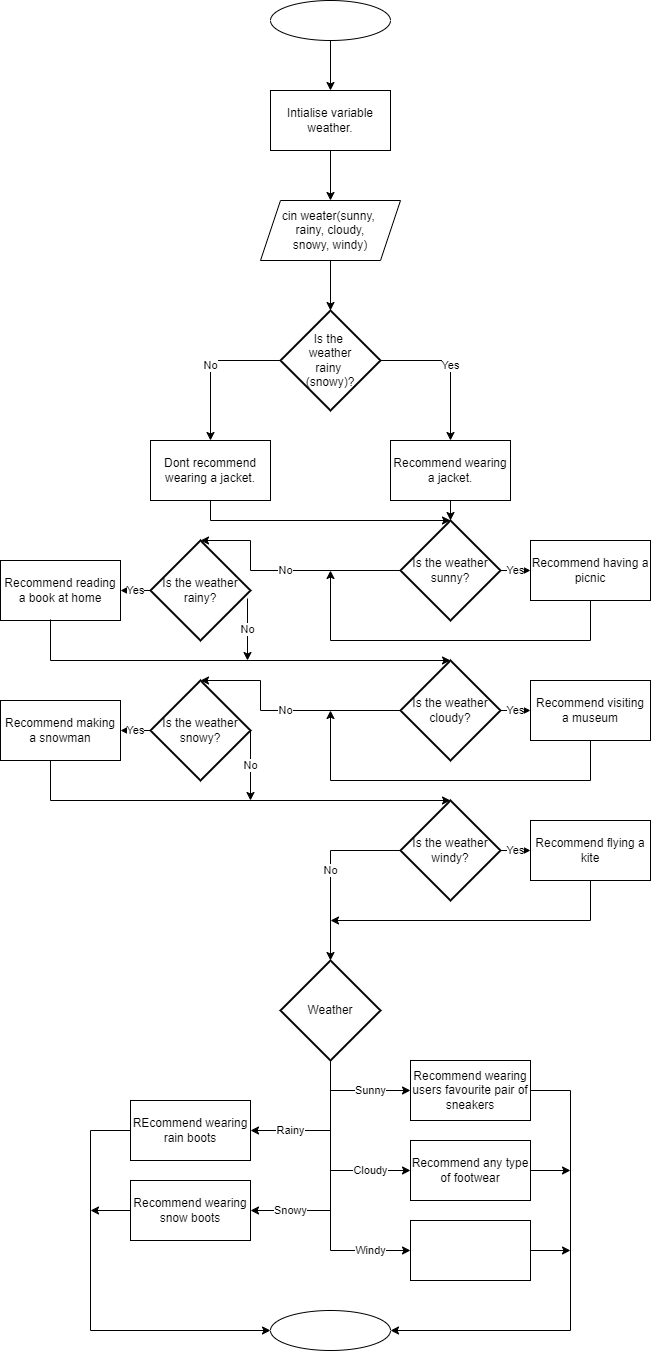
artificial-intelligence-department/ai_programming_playground_2024 keeps this draw.io diagram as ai_11/kornilov_artem/epic2/practice_work_task_1_artem_kornilov.drawio.png. Above is the earlier version. Source tidied: cells renumbered, new cells last; positions are measured from the earlier drawing's top-left corner, leaving out a move shared by most shapes. Its diagram source:
```xml
<mxGraphModel>
  <root>
    <mxCell id="0" />
    <mxCell id="1" parent="0" />
    <mxCell id="2" style="ellipse;whiteSpace=wrap;html=1;" parent="1" vertex="1">
      <mxGeometry x="270" width="120" height="40" as="geometry" />
    </mxCell>
    <mxCell id="3" style="ellipse;whiteSpace=wrap;html=1;" parent="1" vertex="1">
      <mxGeometry x="270" y="1310" width="120" height="40" as="geometry" />
    </mxCell>
    <mxCell id="4" value="Intialise variable weather." style="rounded=0;whiteSpace=wrap;html=1;" parent="1" vertex="1">
      <mxGeometry x="270" y="90" width="120" height="60" as="geometry" />
    </mxCell>
    <mxCell id="5" value="cin weater(sunny,&amp;nbsp;&lt;div&gt;&lt;span style=&quot;background-color: initial;&quot;&gt;rainy, cloudy,&lt;/span&gt;&lt;/div&gt;&lt;div&gt;&lt;span style=&quot;background-color: initial;&quot;&gt;snowy, windy)&lt;/span&gt;&lt;/div&gt;" style="shape=parallelogram;perimeter=parallelogramPerimeter;whiteSpace=wrap;html=1;fixedSize=1;" parent="1" vertex="1">
      <mxGeometry x="260" y="200" width="140" height="60" as="geometry" />
    </mxCell>
    <mxCell id="6" value="Yes" style="endArrow=classic;html=1;rounded=0;exitX=1;exitY=0.5;exitDx=0;exitDy=0;exitPerimeter=0;" parent="1" edge="1">
      <mxGeometry relative="1" as="geometry">
        <mxPoint x="380" y="360" as="sourcePoint" />
        <mxPoint x="450" y="440" as="targetPoint" />
        <Array as="points">
          <mxPoint x="450" y="360" />
        </Array>
      </mxGeometry>
    </mxCell>
    <mxCell id="7" value="Is the&amp;nbsp;&lt;div&gt;weather&lt;div&gt;rainy&amp;nbsp;&lt;/div&gt;&lt;div&gt;(snowy)?&lt;/div&gt;&lt;/div&gt;" style="strokeWidth=2;html=1;shape=mxgraph.flowchart.decision;whiteSpace=wrap;" parent="1" vertex="1">
      <mxGeometry x="280" y="310" width="100" height="100" as="geometry" />
    </mxCell>
    <mxCell id="8" value="No" style="endArrow=classic;html=1;rounded=0;exitX=0;exitY=0.5;exitDx=0;exitDy=0;exitPerimeter=0;" parent="1" edge="1" source="7">
      <mxGeometry relative="1" as="geometry">
        <mxPoint x="210" y="440" as="targetPoint" />
        <Array as="points">
          <mxPoint x="210" y="360" />
        </Array>
      </mxGeometry>
    </mxCell>
    <mxCell id="9" value="Recommend wearing a jacket." style="rounded=0;whiteSpace=wrap;html=1;" parent="1" vertex="1">
      <mxGeometry x="390" y="440" width="120" height="60" as="geometry" />
    </mxCell>
    <mxCell id="10" value="Dont recommend wearing a jacket." style="rounded=0;whiteSpace=wrap;html=1;" parent="1" vertex="1">
      <mxGeometry x="150" y="440" width="120" height="60" as="geometry" />
    </mxCell>
    <mxCell id="11" value="Is the weather cloudy?" style="strokeWidth=2;html=1;shape=mxgraph.flowchart.decision;whiteSpace=wrap;" parent="1" vertex="1">
      <mxGeometry x="400" y="660" width="100" height="100" as="geometry" />
    </mxCell>
    <mxCell id="12" value="Is the weather&lt;div&gt;sunny?&lt;/div&gt;" style="strokeWidth=2;html=1;shape=mxgraph.flowchart.decision;whiteSpace=wrap;" parent="1" vertex="1">
      <mxGeometry x="400" y="520" width="100" height="100" as="geometry" />
    </mxCell>
    <mxCell id="13" value="Is the weather snowy?" style="strokeWidth=2;html=1;shape=mxgraph.flowchart.decision;whiteSpace=wrap;" parent="1" vertex="1">
      <mxGeometry x="150" y="680" width="100" height="100" as="geometry" />
    </mxCell>
    <mxCell id="14" value="Is the weather rainy?" style="strokeWidth=2;html=1;shape=mxgraph.flowchart.decision;whiteSpace=wrap;" parent="1" vertex="1">
      <mxGeometry x="150" y="540" width="100" height="100" as="geometry" />
    </mxCell>
    <mxCell id="15" style="endArrow=classic;html=1;rounded=0;exitX=0.5;exitY=1;exitDx=0;exitDy=0;entryX=0.5;entryY=0;entryDx=0;entryDy=0;entryPerimeter=0;" parent="1" edge="1" source="10" target="12">
      <mxGeometry relative="1" as="geometry">
        <Array as="points">
          <mxPoint x="210" y="520" />
        </Array>
      </mxGeometry>
    </mxCell>
    <mxCell id="16" style="endArrow=classic;html=1;rounded=0;exitX=0.5;exitY=1;exitDx=0;exitDy=0;entryX=0.5;entryY=0;entryDx=0;entryDy=0;entryPerimeter=0;" parent="1" edge="1" source="9" target="12">
      <mxGeometry relative="1" as="geometry" />
    </mxCell>
    <mxCell id="17" value="Recommend having a picnic" style="rounded=0;whiteSpace=wrap;html=1;" parent="1" vertex="1">
      <mxGeometry x="530" y="540" width="120" height="60" as="geometry" />
    </mxCell>
    <mxCell id="18" value="Yes" style="endArrow=classic;html=1;rounded=0;exitX=1;exitY=0.5;exitDx=0;exitDy=0;exitPerimeter=0;entryX=0;entryY=0.5;entryDx=0;entryDy=0;" parent="1" edge="1" source="12" target="17">
      <mxGeometry relative="1" as="geometry" />
    </mxCell>
    <mxCell id="19" value="No" style="endArrow=classic;html=1;rounded=0;exitX=0;exitY=0.5;exitDx=0;exitDy=0;exitPerimeter=0;entryX=0.5;entryY=0;entryDx=0;entryDy=0;entryPerimeter=0;" parent="1" edge="1" source="12" target="14">
      <mxGeometry relative="1" as="geometry">
        <Array as="points">
          <mxPoint x="250" y="570" />
          <mxPoint x="250" y="540" />
        </Array>
      </mxGeometry>
    </mxCell>
    <mxCell id="20" style="endArrow=classic;html=1;rounded=0;exitX=0.5;exitY=1;exitDx=0;exitDy=0;" parent="1" edge="1" source="17">
      <mxGeometry relative="1" as="geometry">
        <mxPoint x="330" y="570" as="targetPoint" />
        <Array as="points">
          <mxPoint x="590" y="640" />
          <mxPoint x="330" y="640" />
        </Array>
      </mxGeometry>
    </mxCell>
    <mxCell id="21" value="Recommend reading a book at home" style="rounded=0;whiteSpace=wrap;html=1;" parent="1" vertex="1">
      <mxGeometry y="560" width="120" height="60" as="geometry" />
    </mxCell>
    <mxCell id="22" value="Yes" style="endArrow=classic;html=1;rounded=0;exitX=0;exitY=0.5;exitDx=0;exitDy=0;exitPerimeter=0;entryX=1;entryY=0.5;entryDx=0;entryDy=0;" parent="1" edge="1" source="14" target="21">
      <mxGeometry relative="1" as="geometry" />
    </mxCell>
    <mxCell id="23" style="endArrow=classic;html=1;rounded=0;entryX=0.5;entryY=0;entryDx=0;entryDy=0;entryPerimeter=0;" parent="1" edge="1" target="11">
      <mxGeometry relative="1" as="geometry">
        <mxPoint x="50" y="619" as="sourcePoint" />
        <Array as="points">
          <mxPoint x="50" y="660" />
        </Array>
      </mxGeometry>
    </mxCell>
    <mxCell id="24" value="No" style="endArrow=classic;html=1;rounded=0;exitX=0.97;exitY=0.58;exitDx=0;exitDy=0;exitPerimeter=0;" parent="1" edge="1" source="14">
      <mxGeometry relative="1" as="geometry">
        <mxPoint x="247" y="660" as="targetPoint" />
      </mxGeometry>
    </mxCell>
    <mxCell id="25" value="Recommend visiting a museum" style="rounded=0;whiteSpace=wrap;html=1;" parent="1" vertex="1">
      <mxGeometry x="530" y="680" width="120" height="60" as="geometry" />
    </mxCell>
    <mxCell id="26" value="Yes" style="endArrow=classic;html=1;rounded=0;exitX=1;exitY=0.5;exitDx=0;exitDy=0;exitPerimeter=0;entryX=0;entryY=0.5;entryDx=0;entryDy=0;" parent="1" edge="1" source="11" target="25">
      <mxGeometry relative="1" as="geometry" />
    </mxCell>
    <mxCell id="27" value="Recommend making a snowman" style="rounded=0;whiteSpace=wrap;html=1;" parent="1" vertex="1">
      <mxGeometry y="700" width="120" height="60" as="geometry" />
    </mxCell>
    <mxCell id="28" value="No" style="endArrow=classic;html=1;rounded=0;exitX=0;exitY=0.5;exitDx=0;exitDy=0;exitPerimeter=0;entryX=0.5;entryY=0;entryDx=0;entryDy=0;entryPerimeter=0;" parent="1" edge="1" source="11" target="13">
      <mxGeometry relative="1" as="geometry">
        <Array as="points">
          <mxPoint x="260" y="710" />
          <mxPoint x="260" y="680" />
        </Array>
      </mxGeometry>
    </mxCell>
    <mxCell id="29" style="endArrow=classic;html=1;rounded=0;exitX=0.5;exitY=1;exitDx=0;exitDy=0;" parent="1" edge="1" source="25">
      <mxGeometry relative="1" as="geometry">
        <mxPoint x="330" y="710" as="targetPoint" />
        <Array as="points">
          <mxPoint x="590" y="780" />
          <mxPoint x="330" y="780" />
        </Array>
      </mxGeometry>
    </mxCell>
    <mxCell id="30" value="Yes" style="endArrow=classic;html=1;rounded=0;exitX=0;exitY=0.5;exitDx=0;exitDy=0;exitPerimeter=0;entryX=1;entryY=0.5;entryDx=0;entryDy=0;" parent="1" edge="1" source="13" target="27">
      <mxGeometry relative="1" as="geometry" />
    </mxCell>
    <mxCell id="31" style="endArrow=classic;html=1;rounded=0;entryX=0.5;entryY=0;entryDx=0;entryDy=0;entryPerimeter=0;" parent="1" edge="1">
      <mxGeometry relative="1" as="geometry">
        <mxPoint x="50" y="760" as="sourcePoint" />
        <mxPoint x="450" y="800" as="targetPoint" />
        <Array as="points">
          <mxPoint x="50" y="800" />
        </Array>
      </mxGeometry>
    </mxCell>
    <mxCell id="32" value="No" style="endArrow=classic;html=1;rounded=0;exitX=1;exitY=0.5;exitDx=0;exitDy=0;exitPerimeter=0;" parent="1" edge="1" source="13">
      <mxGeometry relative="1" as="geometry">
        <mxPoint x="250" y="800" as="targetPoint" />
      </mxGeometry>
    </mxCell>
    <mxCell id="33" value="Recommend flying a kite" style="rounded=0;whiteSpace=wrap;html=1;" parent="1" vertex="1">
      <mxGeometry x="530" y="820" width="120" height="60" as="geometry" />
    </mxCell>
    <mxCell id="34" value="Yes" style="endArrow=classic;html=1;rounded=0;exitX=1;exitY=0.5;exitDx=0;exitDy=0;exitPerimeter=0;entryX=0;entryY=0.5;entryDx=0;entryDy=0;" parent="1" edge="1" target="33">
      <mxGeometry relative="1" as="geometry">
        <mxPoint x="500" y="850" as="sourcePoint" />
      </mxGeometry>
    </mxCell>
    <mxCell id="35" value="No" style="endArrow=classic;html=1;rounded=0;exitX=0;exitY=0.5;exitDx=0;exitDy=0;exitPerimeter=0;" parent="1" edge="1">
      <mxGeometry relative="1" as="geometry">
        <mxPoint x="400" y="850" as="sourcePoint" />
        <mxPoint x="330" y="960" as="targetPoint" />
        <Array as="points">
          <mxPoint x="330" y="850" />
        </Array>
      </mxGeometry>
    </mxCell>
    <mxCell id="36" style="endArrow=classic;html=1;rounded=0;exitX=0.5;exitY=1;exitDx=0;exitDy=0;" parent="1" edge="1" source="33">
      <mxGeometry relative="1" as="geometry">
        <mxPoint x="330" y="920" as="targetPoint" />
        <Array as="points">
          <mxPoint x="590" y="920" />
        </Array>
      </mxGeometry>
    </mxCell>
    <mxCell id="37" value="Weather" style="strokeWidth=2;html=1;shape=mxgraph.flowchart.decision;whiteSpace=wrap;" parent="1" vertex="1">
      <mxGeometry x="280" y="960" width="100" height="100" as="geometry" />
    </mxCell>
    <mxCell id="38" value="Sunny" style="endArrow=classic;html=1;rounded=0;" parent="1" edge="1" target="39">
      <mxGeometry relative="1" as="geometry">
        <mxPoint x="330" y="1090" as="sourcePoint" />
      </mxGeometry>
    </mxCell>
    <mxCell id="39" value="Recommend wearing users favourite pair of sneakers" style="rounded=0;whiteSpace=wrap;html=1;" parent="1" vertex="1">
      <mxGeometry x="410" y="1060" width="120" height="60" as="geometry" />
    </mxCell>
    <mxCell id="40" value="Recommend any type of footwear" style="rounded=0;whiteSpace=wrap;html=1;" parent="1" vertex="1">
      <mxGeometry x="410" y="1140" width="120" height="60" as="geometry" />
    </mxCell>
    <mxCell id="41" style="rounded=0;whiteSpace=wrap;html=1;" parent="1" vertex="1">
      <mxGeometry x="410" y="1220" width="120" height="60" as="geometry" />
    </mxCell>
    <mxCell id="42" value="REcommend wearing rain boots" style="rounded=0;whiteSpace=wrap;html=1;" parent="1" vertex="1">
      <mxGeometry x="130" y="1100" width="120" height="60" as="geometry" />
    </mxCell>
    <mxCell id="43" value="Recommend wearing snow boots" style="rounded=0;whiteSpace=wrap;html=1;" parent="1" vertex="1">
      <mxGeometry x="130" y="1180" width="120" height="60" as="geometry" />
    </mxCell>
    <mxCell id="44" value="Cloudy" style="endArrow=classic;html=1;rounded=0;entryX=0;entryY=0.5;entryDx=0;entryDy=0;" parent="1" edge="1" target="40">
      <mxGeometry relative="1" as="geometry">
        <mxPoint x="330" y="1170" as="sourcePoint" />
      </mxGeometry>
    </mxCell>
    <mxCell id="45" value="Windy" style="endArrow=classic;html=1;rounded=0;entryX=0;entryY=0.5;entryDx=0;entryDy=0;" parent="1" edge="1" target="41">
      <mxGeometry relative="1" as="geometry">
        <mxPoint x="330" y="1250" as="sourcePoint" />
      </mxGeometry>
    </mxCell>
    <mxCell id="46" value="Rainy" style="endArrow=classic;html=1;rounded=0;entryX=1;entryY=0.5;entryDx=0;entryDy=0;" parent="1" edge="1" target="42">
      <mxGeometry relative="1" as="geometry">
        <mxPoint x="330" y="1130" as="sourcePoint" />
      </mxGeometry>
    </mxCell>
    <mxCell id="47" value="Snowy" style="endArrow=classic;html=1;rounded=0;entryX=1;entryY=0.5;entryDx=0;entryDy=0;" parent="1" edge="1" target="43">
      <mxGeometry relative="1" as="geometry">
        <mxPoint x="330" y="1210" as="sourcePoint" />
      </mxGeometry>
    </mxCell>
    <mxCell id="48" style="endArrow=none;html=1;rounded=0;exitX=0.5;exitY=1;exitDx=0;exitDy=0;exitPerimeter=0;" parent="1" edge="1" source="37">
      <mxGeometry relative="1" as="geometry">
        <mxPoint x="330" y="1250" as="targetPoint" />
      </mxGeometry>
    </mxCell>
    <mxCell id="49" style="endArrow=classic;html=1;rounded=0;exitX=0;exitY=0.5;exitDx=0;exitDy=0;entryX=0;entryY=0.5;entryDx=0;entryDy=0;" parent="1" edge="1" source="42" target="3">
      <mxGeometry relative="1" as="geometry">
        <Array as="points">
          <mxPoint x="90" y="1130" />
          <mxPoint x="90" y="1330" />
        </Array>
      </mxGeometry>
    </mxCell>
    <mxCell id="50" style="endArrow=classic;html=1;rounded=0;exitX=1;exitY=0.5;exitDx=0;exitDy=0;entryX=1;entryY=0.5;entryDx=0;entryDy=0;" parent="1" edge="1" source="39" target="3">
      <mxGeometry relative="1" as="geometry">
        <Array as="points">
          <mxPoint x="570" y="1090" />
          <mxPoint x="570" y="1330" />
        </Array>
      </mxGeometry>
    </mxCell>
    <mxCell id="51" style="endArrow=classic;html=1;rounded=0;exitX=0;exitY=0.5;exitDx=0;exitDy=0;" parent="1" edge="1" source="43">
      <mxGeometry relative="1" as="geometry">
        <mxPoint x="90" y="1210" as="targetPoint" />
      </mxGeometry>
    </mxCell>
    <mxCell id="52" style="endArrow=classic;html=1;rounded=0;exitX=1;exitY=0.5;exitDx=0;exitDy=0;" parent="1" edge="1" source="40">
      <mxGeometry relative="1" as="geometry">
        <mxPoint x="570" y="1170" as="targetPoint" />
      </mxGeometry>
    </mxCell>
    <mxCell id="53" style="endArrow=classic;html=1;rounded=0;exitX=1;exitY=0.5;exitDx=0;exitDy=0;" parent="1" edge="1" source="41">
      <mxGeometry relative="1" as="geometry">
        <mxPoint x="570" y="1250" as="targetPoint" />
      </mxGeometry>
    </mxCell>
    <mxCell id="54" style="endArrow=classic;html=1;rounded=0;exitX=0.5;exitY=1;exitDx=0;exitDy=0;" parent="1" edge="1" source="2" target="4">
      <mxGeometry relative="1" as="geometry" />
    </mxCell>
    <mxCell id="55" style="endArrow=classic;html=1;rounded=0;exitX=0.5;exitY=1;exitDx=0;exitDy=0;" parent="1" edge="1" source="4" target="5">
      <mxGeometry relative="1" as="geometry" />
    </mxCell>
    <mxCell id="56" style="endArrow=classic;html=1;rounded=0;exitX=0.5;exitY=1;exitDx=0;exitDy=0;" parent="1" edge="1" source="5" target="7">
      <mxGeometry relative="1" as="geometry" />
    </mxCell>
    <mxCell id="57" value="Is the weather windy?" style="strokeWidth=2;html=1;shape=mxgraph.flowchart.decision;whiteSpace=wrap;" parent="1" vertex="1">
      <mxGeometry x="400" y="800" width="100" height="100" as="geometry" />
    </mxCell>
  </root>
</mxGraphModel>
```
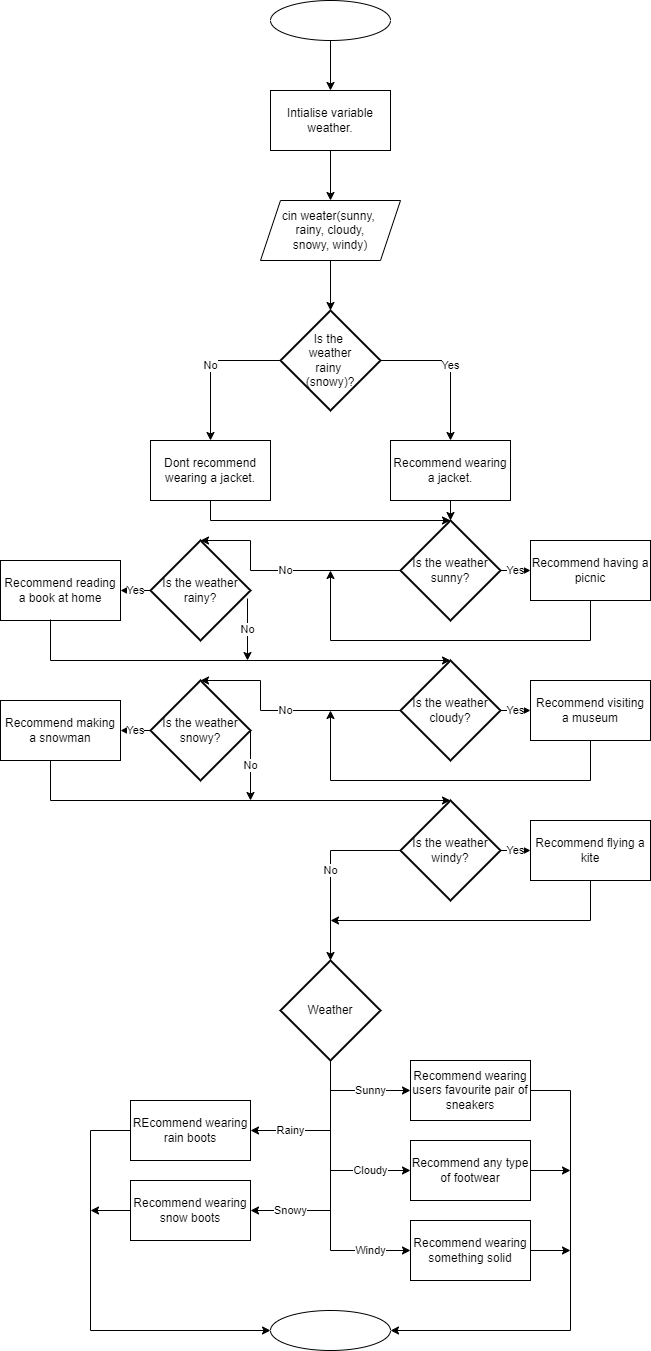
After the commit.

Change to the diagram source:
```diff
@@ -186,7 +186,7 @@
     <mxCell id="40" value="Recommend any type of footwear" style="rounded=0;whiteSpace=wrap;html=1;" parent="1" vertex="1">
       <mxGeometry x="410" y="1140" width="120" height="60" as="geometry" />
     </mxCell>
-    <mxCell id="41" style="rounded=0;whiteSpace=wrap;html=1;" parent="1" vertex="1">
+    <mxCell id="41" value="Recommend wearing something solid" style="rounded=0;whiteSpace=wrap;html=1;" parent="1" vertex="1">
       <mxGeometry x="410" y="1220" width="120" height="60" as="geometry" />
     </mxCell>
     <mxCell id="42" value="REcommend wearing rain boots" style="rounded=0;whiteSpace=wrap;html=1;" parent="1" vertex="1">
```
